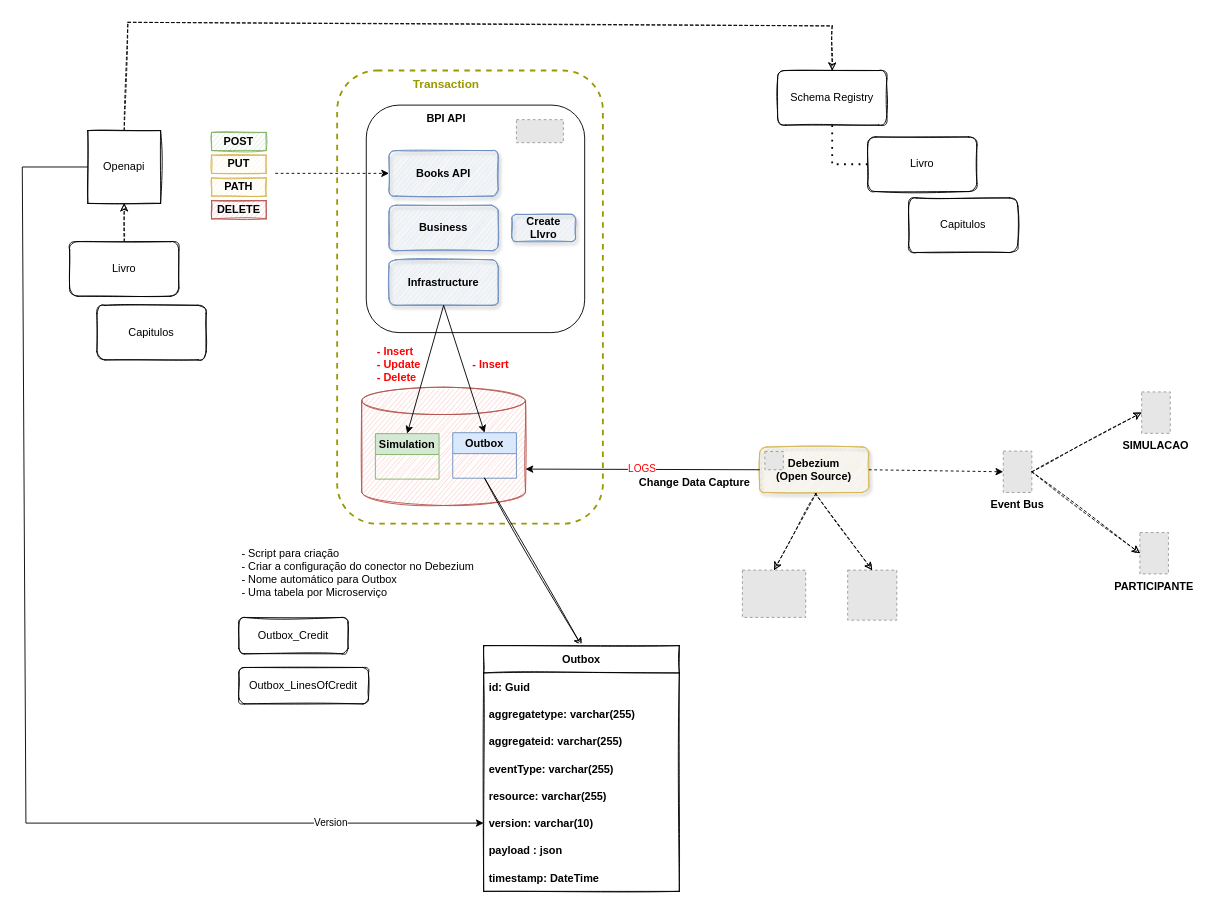
Earlier version of the draw.io diagram page "Macro" (1 of 5) of Documents/Outbox.drawio (diegarm/Kafka). Source tidied: cells renumbered, new cells numbered last; positions are measured from the earlier drawing's top-left corner, leaving out a move shared by most shapes. Both pictures are drawn from the tidied source at 91%, with x=0, y=0 at pixel (22, 22). Pictures stored in the file or linked from it are replaced by grey dashed boxes.
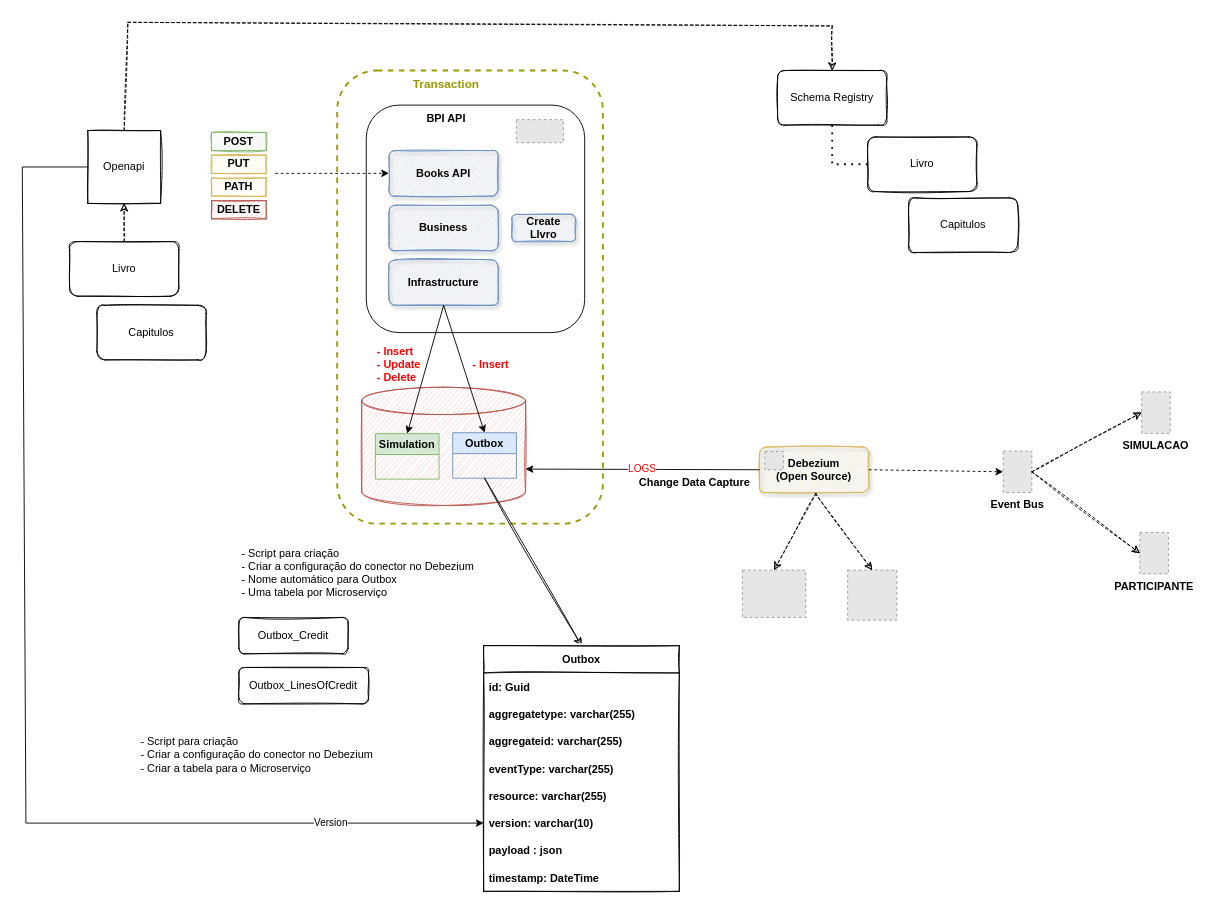
The same page after the edit.

What changed in the source:
```diff
@@
+    <mxCell id="60" value="&lt;div style=&quot;text-align: left&quot;&gt;&lt;span&gt;- Script para criação&lt;/span&gt;&lt;/div&gt;&lt;div style=&quot;text-align: left&quot;&gt;&lt;span&gt;- Criar a configuração do conector no Debezium&lt;/span&gt;&lt;/div&gt;&lt;div style=&quot;text-align: left&quot;&gt;&lt;span&gt;- Criar a tabela para o&amp;nbsp;&lt;/span&gt;&lt;span&gt;Microserviço&lt;/span&gt;&lt;/div&gt;" style="text;html=1;strokeColor=none;fillColor=none;align=center;verticalAlign=middle;whiteSpace=wrap;rounded=0;sketch=1;" parent="1" vertex="1">
+      <mxGeometry x="123" y="779" width="270.1" height="52" as="geometry" />
+    </mxCell>
```
